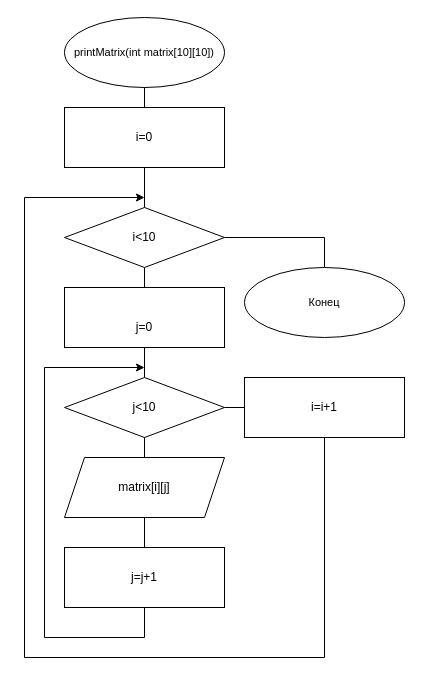
The draw.io diagram page "Page-2" (2 of 3) of Untitled Diagram.drawio in Maquim4/repository_for_challenge, before the edit. Source tidied: cells renumbered, new cells numbered last; positions are measured from the earlier drawing's top-left corner, leaving out a move shared by most shapes. Both pictures are drawn from the tidied source at 100%, with x=0, y=0 at pixel (24, 17).
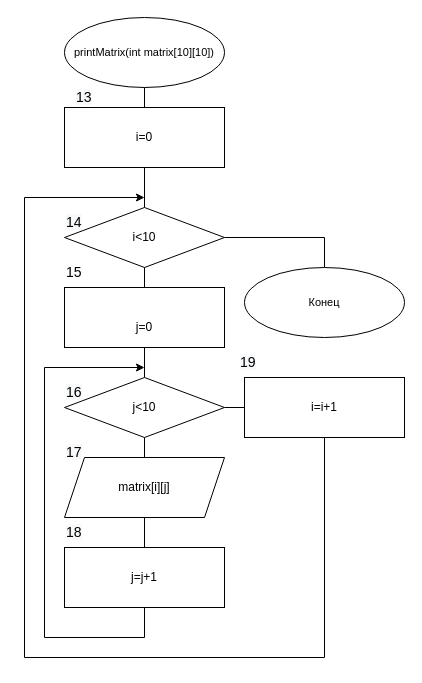
The same diagram, later.

The edit, as a diff of the source:
```diff
@@
+    <mxCell id="23" value="&lt;span style=&quot;color: rgb(0, 0, 0); font-family: Helvetica; font-size: 14px; font-style: normal; font-variant-ligatures: normal; font-variant-caps: normal; font-weight: 400; letter-spacing: normal; orphans: 2; text-align: center; text-indent: 0px; text-transform: none; widows: 2; word-spacing: 0px; -webkit-text-stroke-width: 0px; background-color: rgb(248, 249, 250); text-decoration-thickness: initial; text-decoration-style: initial; text-decoration-color: initial; float: none; display: inline !important;&quot;&gt;13&lt;/span&gt;" style="text;whiteSpace=wrap;html=1;fontSize=14;" parent="1" vertex="1">
+      <mxGeometry x="50" y="65" height="40" as="geometry" />
+    </mxCell>
+    <mxCell id="24" value="&lt;span style=&quot;color: rgb(0, 0, 0); font-family: Helvetica; font-size: 14px; font-style: normal; font-variant-ligatures: normal; font-variant-caps: normal; font-weight: 400; letter-spacing: normal; orphans: 2; text-align: center; text-indent: 0px; text-transform: none; widows: 2; word-spacing: 0px; -webkit-text-stroke-width: 0px; background-color: rgb(248, 249, 250); text-decoration-thickness: initial; text-decoration-style: initial; text-decoration-color: initial; float: none; display: inline !important;&quot;&gt;14&lt;/span&gt;" style="text;whiteSpace=wrap;html=1;fontSize=14;" parent="1" vertex="1">
+      <mxGeometry x="40" y="190" width="40" height="40" as="geometry" />
+    </mxCell>
+    <mxCell id="25" value="&lt;div style=&quot;text-align: center;&quot;&gt;15&lt;/div&gt;" style="text;whiteSpace=wrap;html=1;fontSize=14;" parent="1" vertex="1">
+      <mxGeometry x="40" y="240" width="40" height="40" as="geometry" />
+    </mxCell>
+    <mxCell id="26" value="&lt;span style=&quot;color: rgb(0, 0, 0); font-family: Helvetica; font-size: 14px; font-style: normal; font-variant-ligatures: normal; font-variant-caps: normal; font-weight: 400; letter-spacing: normal; orphans: 2; text-align: center; text-indent: 0px; text-transform: none; widows: 2; word-spacing: 0px; -webkit-text-stroke-width: 0px; background-color: rgb(248, 249, 250); text-decoration-thickness: initial; text-decoration-style: initial; text-decoration-color: initial; float: none; display: inline !important;&quot;&gt;16&lt;/span&gt;" style="text;whiteSpace=wrap;html=1;fontSize=14;" parent="1" vertex="1">
+      <mxGeometry x="40" y="360" width="40" height="40" as="geometry" />
+    </mxCell>
+    <mxCell id="27" value="&lt;span style=&quot;color: rgb(0, 0, 0); font-family: Helvetica; font-size: 14px; font-style: normal; font-variant-ligatures: normal; font-variant-caps: normal; font-weight: 400; letter-spacing: normal; orphans: 2; text-align: center; text-indent: 0px; text-transform: none; widows: 2; word-spacing: 0px; -webkit-text-stroke-width: 0px; background-color: rgb(248, 249, 250); text-decoration-thickness: initial; text-decoration-style: initial; text-decoration-color: initial; float: none; display: inline !important;&quot;&gt;17&lt;/span&gt;" style="text;whiteSpace=wrap;html=1;fontSize=14;" parent="1" vertex="1">
+      <mxGeometry x="40" y="420" width="40" height="40" as="geometry" />
+    </mxCell>
+    <mxCell id="28" value="&lt;span style=&quot;color: rgb(0, 0, 0); font-family: Helvetica; font-size: 14px; font-style: normal; font-variant-ligatures: normal; font-variant-caps: normal; font-weight: 400; letter-spacing: normal; orphans: 2; text-align: center; text-indent: 0px; text-transform: none; widows: 2; word-spacing: 0px; -webkit-text-stroke-width: 0px; background-color: rgb(248, 249, 250); text-decoration-thickness: initial; text-decoration-style: initial; text-decoration-color: initial; float: none; display: inline !important;&quot;&gt;18&lt;/span&gt;" style="text;whiteSpace=wrap;html=1;fontSize=14;" parent="1" vertex="1">
+      <mxGeometry x="40" y="500" width="40" height="40" as="geometry" />
+    </mxCell>
+    <mxCell id="29" value="&lt;span style=&quot;color: rgb(0, 0, 0); font-family: Helvetica; font-size: 14px; font-style: normal; font-variant-ligatures: normal; font-variant-caps: normal; font-weight: 400; letter-spacing: normal; orphans: 2; text-align: center; text-indent: 0px; text-transform: none; widows: 2; word-spacing: 0px; -webkit-text-stroke-width: 0px; background-color: rgb(248, 249, 250); text-decoration-thickness: initial; text-decoration-style: initial; text-decoration-color: initial; float: none; display: inline !important;&quot;&gt;19&lt;/span&gt;" style="text;whiteSpace=wrap;html=1;fontSize=14;" parent="1" vertex="1">
+      <mxGeometry x="214" y="330" width="40" height="40" as="geometry" />
+    </mxCell>
```
